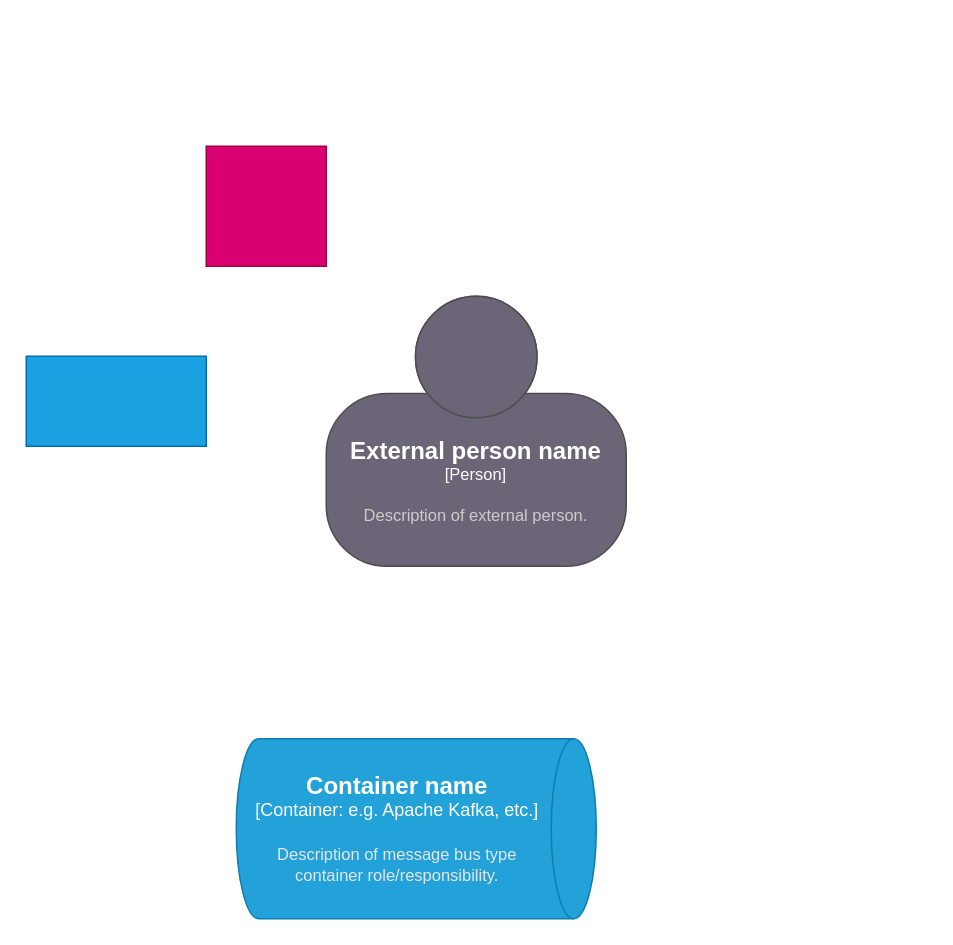
Earlier version of the draw.io diagram Untitled Diagram.drawio (t-vanbroekhoven/cherry). Source tidied: cells renumbered, new cells numbered last; positions are measured from the earlier drawing's top-left corner, leaving out a move shared by most shapes. Both pictures are drawn from the tidied source at 150%, with x=0, y=0 at pixel (26, 146).
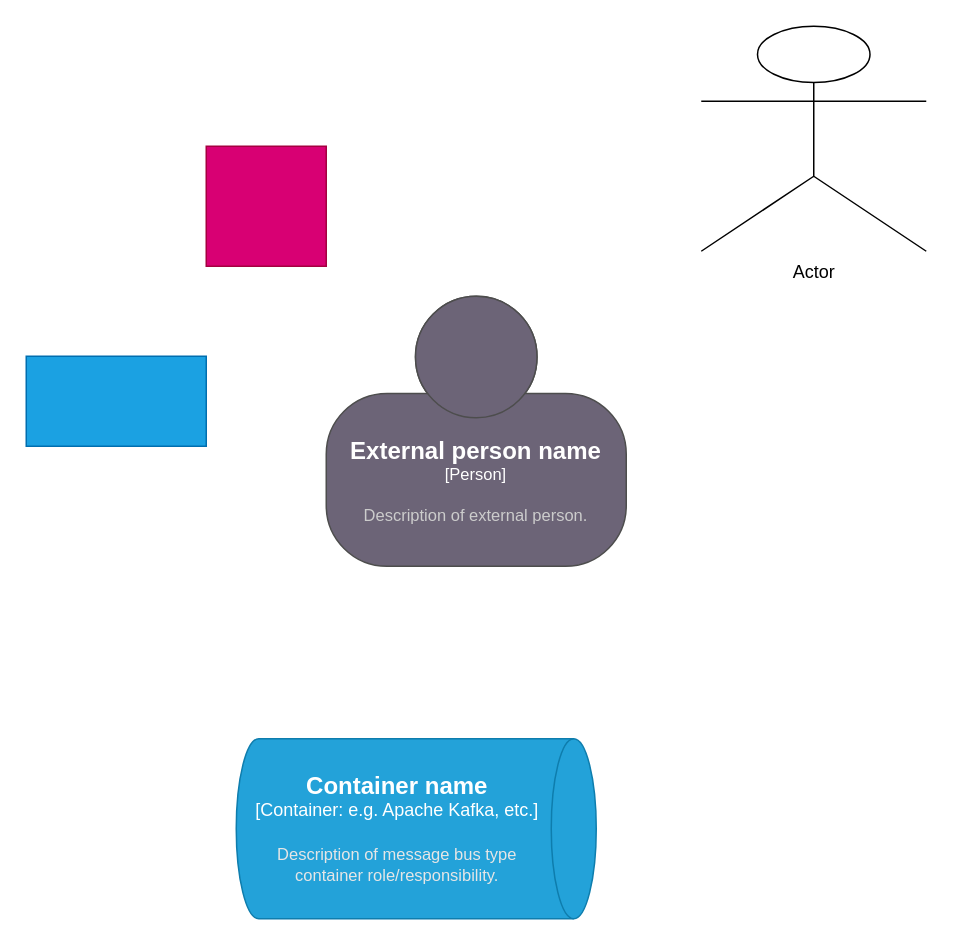
The same page after the edit.

Diff of the diagram source:
```diff
@@
 <mxGraphModel>
   <root>
     <mxCell id="0" />
     <mxCell id="1" parent="0" />
     <object id="2" label="&lt;font style=&quot;font-size: 16px&quot;&gt;&lt;b&gt;%c4Name%&lt;/b&gt;&lt;/font&gt;&lt;div&gt;[%c4Type%]&lt;/div&gt;&lt;br&gt;&lt;div&gt;&lt;font style=&quot;font-size: 11px&quot;&gt;&lt;font color=&quot;#cccccc&quot;&gt;%c4Description%&lt;/font&gt;&lt;/div&gt;" c4Description="Description of external person." c4Name="External person name" c4Type="Person" placeholders="1">
       <mxCell style="html=1;fontSize=11;dashed=0;whiteSpace=wrap;fillColor=#6C6477;strokeColor=#4D4D4D;fontColor=#ffffff;shape=mxgraph.c4.person2;align=center;" parent="1" vertex="1">
         <mxGeometry x="200" y="100" width="200" height="180" as="geometry" />
       </mxCell>
     </object>
     <object id="3" label="&lt;font style=&quot;font-size: 16px&quot;&gt;&lt;b&gt;%c4Type%&lt;/b&gt;&lt;/font&gt;&lt;div&gt;[%c4Container%:&amp;nbsp;%c4Technology%]&lt;/div&gt;&lt;br&gt;&lt;div&gt;&lt;font style=&quot;font-size: 11px&quot;&gt;&lt;font color=&quot;#E6E6E6&quot;&gt;%c4Description%&lt;/font&gt;&lt;/div&gt;" c4Container="Container" c4Description="Description of message bus type container role/responsibility." c4Technology="e.g. Apache Kafka, etc." c4Type="Container name" placeholders="1">
       <mxCell style="shape=cylinder3;size=15;direction=south;whiteSpace=wrap;html=1;boundedLbl=1;rounded=0;labelBackgroundColor=none;fillColor=#23A2D9;fontSize=12;fontColor=#ffffff;align=center;strokeColor=#0E7DAD;" parent="1" vertex="1">
         <mxGeometry x="140" y="395" width="240" height="120" as="geometry" />
       </mxCell>
     </object>
     <mxCell id="4" style="whiteSpace=wrap;html=1;fillColor=#d80073;fontColor=#ffffff;strokeColor=#A50040;" parent="1" vertex="1">
       <mxGeometry x="120" width="80" height="80" as="geometry" />
     </mxCell>
     <mxCell id="5" style="rounded=0;whiteSpace=wrap;html=1;fillColor=#1ba1e2;fontColor=#ffffff;strokeColor=#006EAF;" parent="1" vertex="1">
       <mxGeometry y="140" width="120" height="60" as="geometry" />
     </mxCell>
+    <mxCell id="6" value="Actor" style="shape=umlActor;verticalLabelPosition=bottom;verticalAlign=top;html=1;" parent="1" vertex="1">
+      <mxGeometry x="450" y="-80" width="150" height="150" as="geometry" />
+    </mxCell>
   </root>
 </mxGraphModel>
```
